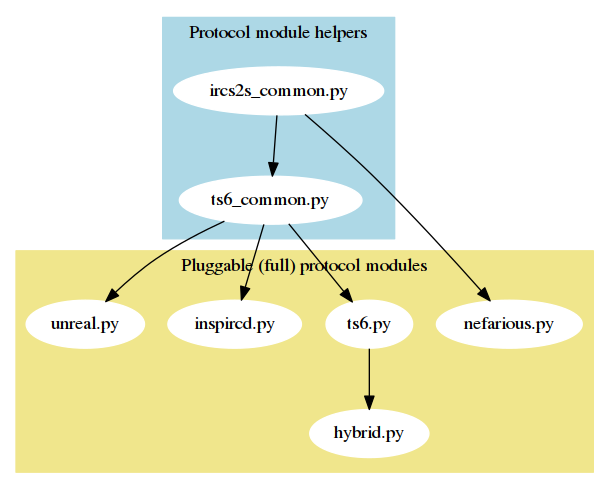
Above: docs/technical/protocol-modules.png in PyLink/PyLink (Graphviz), before the change. Its source is kept beside it as docs/technical/protocol-modules.dot.
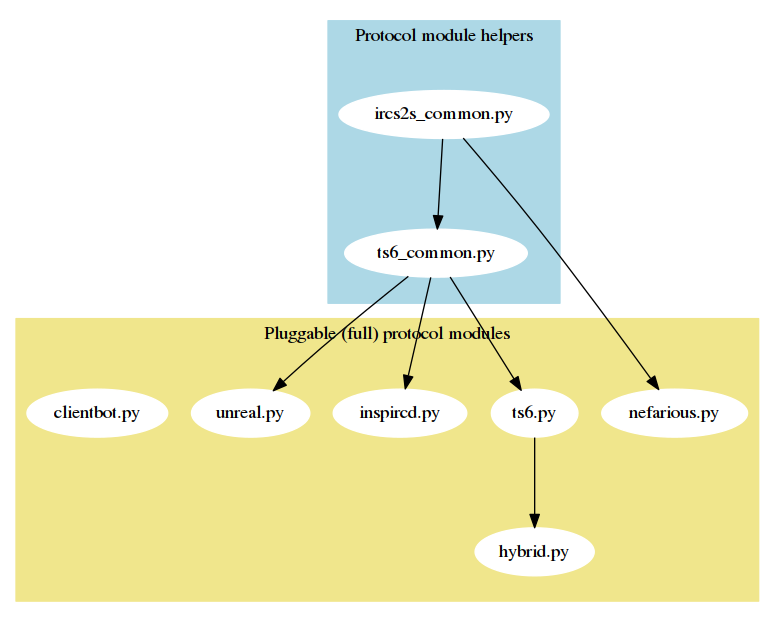
The same file after the commit.

Commit message:
docs/t: add clientbot to protocol-modules

Change to the diagram source:
```diff
@@ -22,6 +22,7 @@
 		"ircs2s_common.py" -> "nefarious.py";
 		"ts6_common.py" -> "ts6.py" -> "hybrid.py";
 		"ts6_common.py" -> "inspircd.py";
-		"ts6_common.py" -> "unreal.py)";
+		"ts6_common.py" -> "unreal.py";
+		"clientbot.py";
 	}
 }
```
